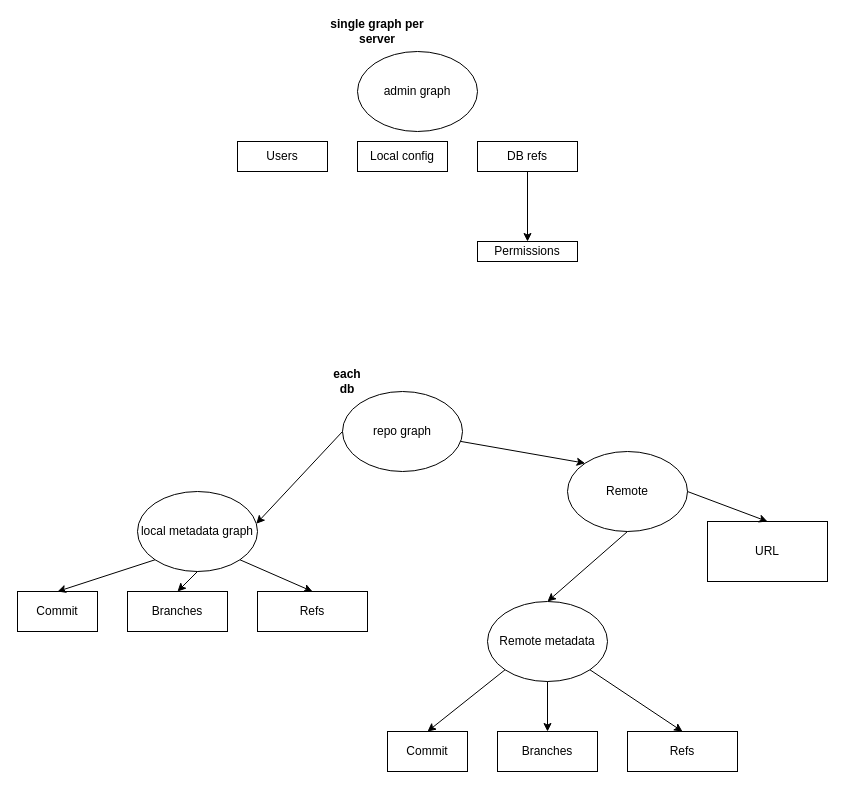
Above: docs/architectural-diagrams/System_Architecture_Graphs.drawio in terminusdb/terminusdb (draw.io), before the change. Source tidied: cells renumbered, new cells numbered last; positions are measured from the earlier drawing's top-left corner, leaving out a move shared by most shapes. Both pictures are drawn from the tidied source at 100%, with x=0, y=0 at pixel (17, 21).
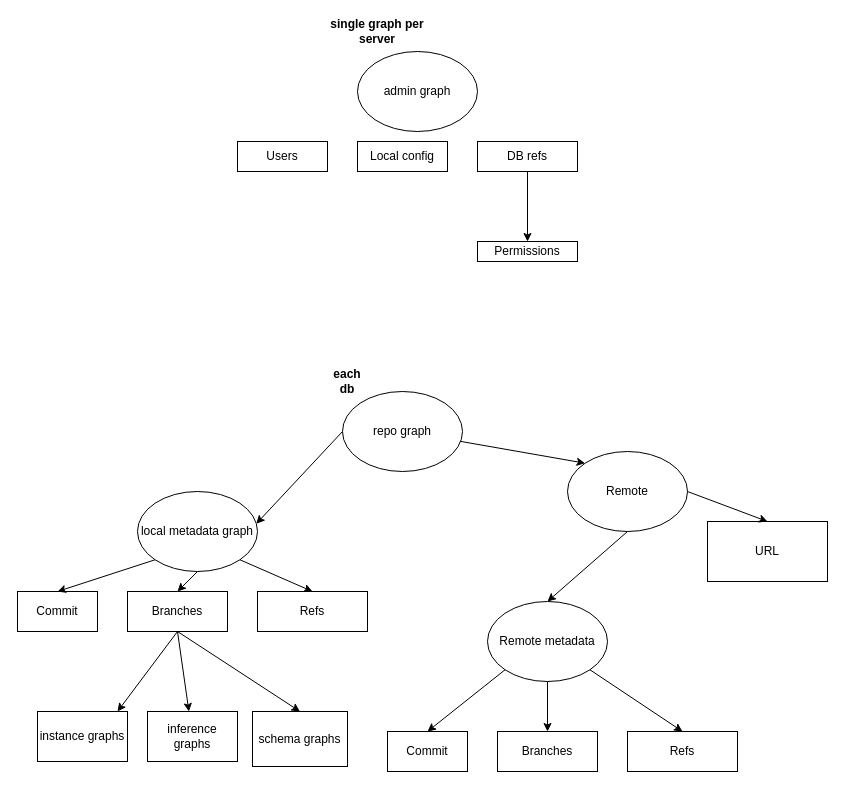
After the change.

Unchanged cells that the change refers to:
```xml
<mxCell id="20" value="Branches" style="rounded=0;whiteSpace=wrap;html=1;" parent="1" vertex="1">
  <mxGeometry x="110" y="570" width="100" height="40" as="geometry" />
</mxCell>
```

What changed in the source:
```diff
@@
+    <mxCell id="31" style="endArrow=classic;html=1;exitX=0.5;exitY=1;exitDx=0;exitDy=0;" parent="1" edge="1" source="20">
+      <mxGeometry relative="1" as="geometry">
+        <mxPoint x="100" y="690" as="targetPoint" />
+      </mxGeometry>
+    </mxCell>
+    <mxCell id="32" value="instance graphs" style="rounded=0;whiteSpace=wrap;html=1;" parent="1" vertex="1">
+      <mxGeometry x="20" y="690" width="90" height="50" as="geometry" />
+    </mxCell>
+    <mxCell id="33" value="inference graphs" style="rounded=0;whiteSpace=wrap;html=1;" parent="1" vertex="1">
+      <mxGeometry x="130" y="690" width="90" height="50" as="geometry" />
+    </mxCell>
+    <mxCell id="34" value="schema graphs" style="rounded=0;whiteSpace=wrap;html=1;" parent="1" vertex="1">
+      <mxGeometry x="235" y="690" width="95" height="55" as="geometry" />
+    </mxCell>
+    <mxCell id="35" style="endArrow=classic;html=1;exitX=0.5;exitY=1;exitDx=0;exitDy=0;" parent="1" edge="1" source="20" target="33">
+      <mxGeometry relative="1" as="geometry" />
+    </mxCell>
+    <mxCell id="36" style="endArrow=classic;html=1;exitX=0.5;exitY=1;exitDx=0;exitDy=0;entryX=0.5;entryY=0;entryDx=0;entryDy=0;" parent="1" edge="1" source="20" target="34">
+      <mxGeometry relative="1" as="geometry" />
+    </mxCell>
```
